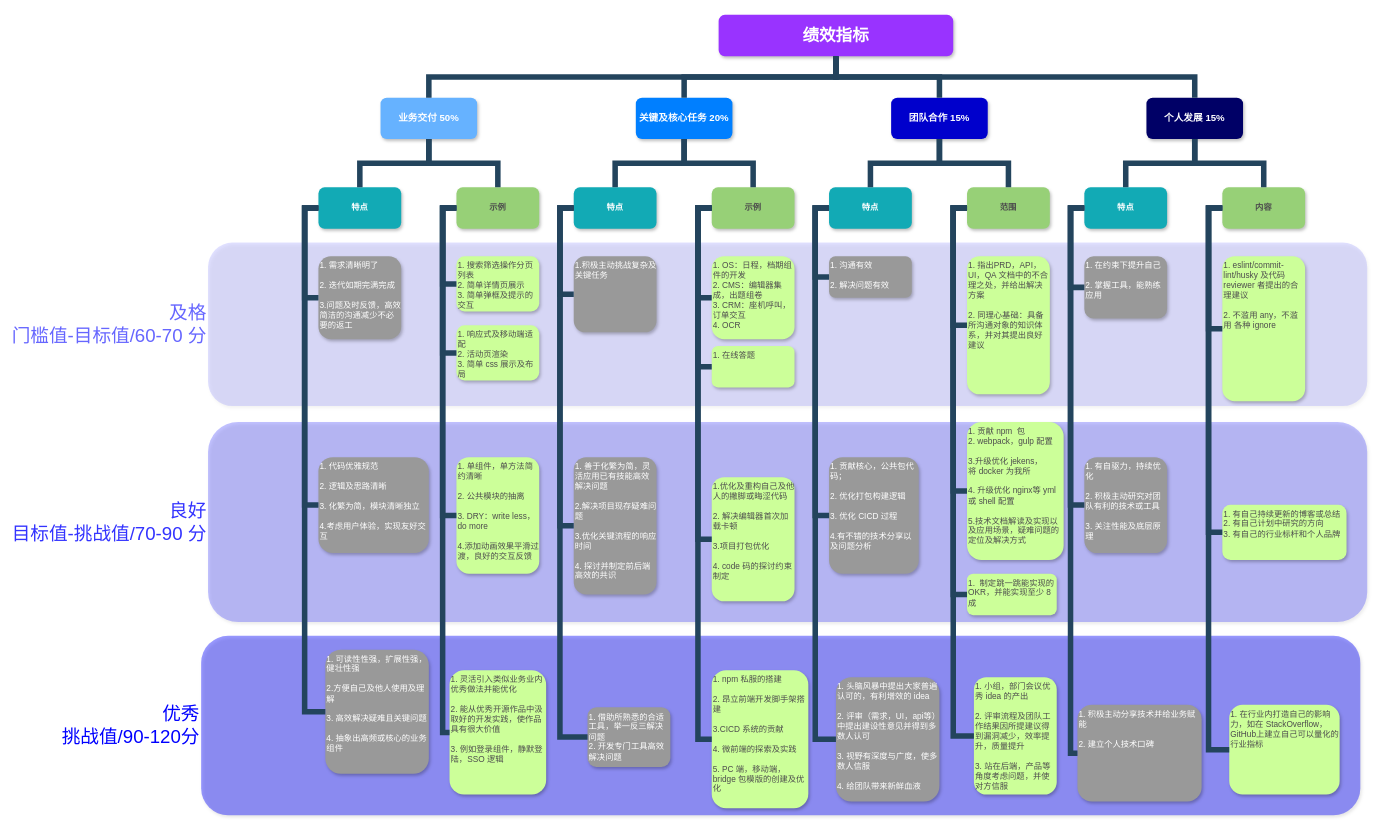
Above: work/效率与质量维度.drawio in yanlee26/drawings (draw.io), before the change. Source tidied: cells renumbered, new cells numbered last; positions are measured from the earlier drawing's top-left corner, leaving out a move shared by most shapes. Both pictures are drawn from the tidied source at 69%, with x=0, y=0 at pixel (201, 14).
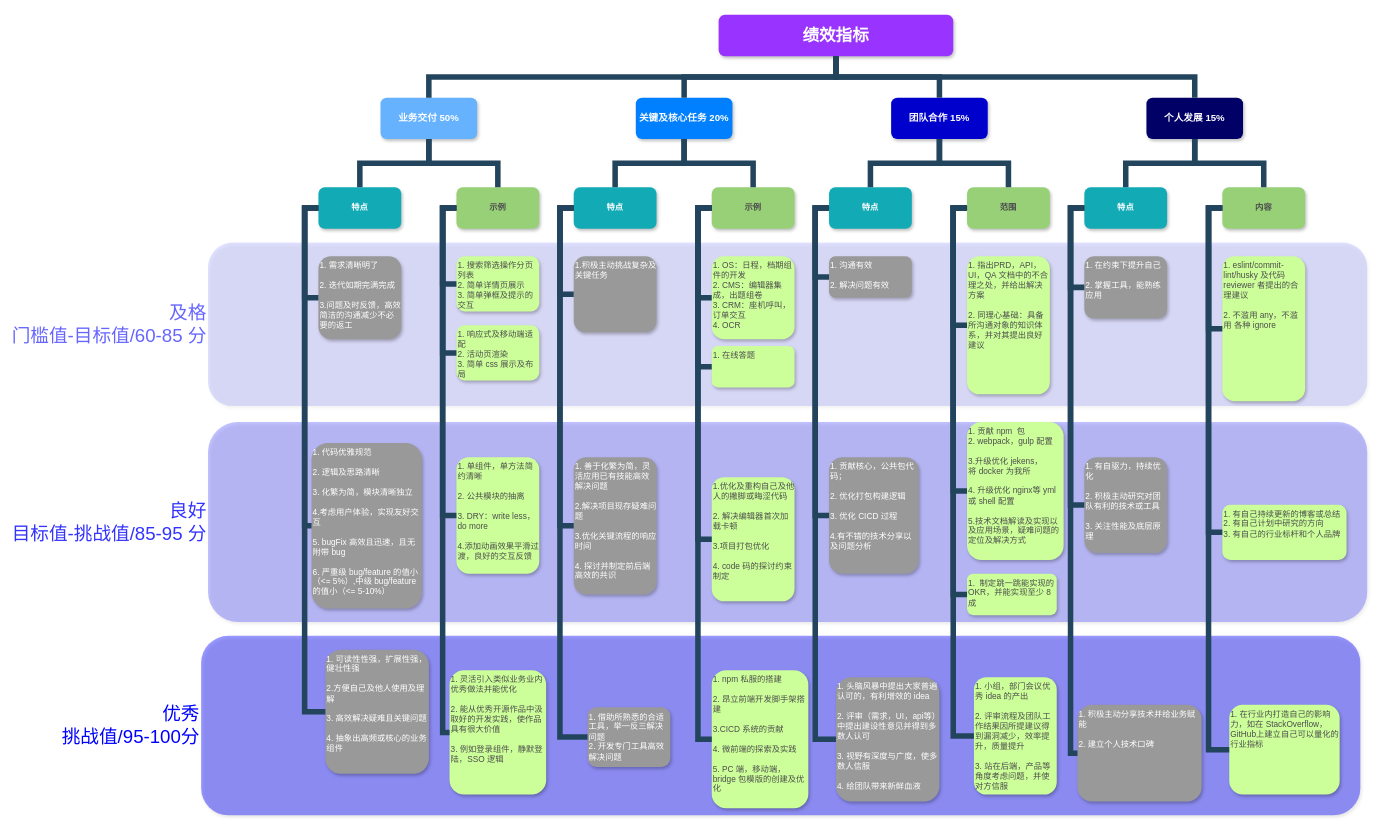
Above is the later version.

Change to the diagram source:
```diff
@@
-    <mxCell id="2" value="优秀&#10;挑战值/90-120分" style="rounded=1;strokeColor=none;shadow=1;fontStyle=0;opacity=40;labelPosition=left;verticalLabelPosition=middle;align=right;verticalAlign=middle;fontSize=27;fillColor=#0000FF;fontColor=#0000FF;whiteSpace=wrap;spacingTop=0;" parent="1" vertex="1">
+    <mxCell id="2" value="优秀&#10;挑战值/95-100分" style="rounded=1;strokeColor=none;shadow=1;fontStyle=0;opacity=40;labelPosition=left;verticalLabelPosition=middle;align=right;verticalAlign=middle;fontSize=27;fillColor=#0000FF;fontColor=#0000FF;whiteSpace=wrap;spacingTop=0;" parent="1" vertex="1">
       <mxGeometry y="900" width="1680" height="260" as="geometry" />
     </mxCell>
-    <mxCell id="3" value="良好&#10;目标值-挑战值/70-90 分" style="whiteSpace=wrap;rounded=1;strokeColor=none;shadow=1;fontStyle=0;opacity=30;labelPosition=left;verticalLabelPosition=middle;align=right;verticalAlign=middle;fontSize=27;fillColor=#3333FF;fontColor=#3333FF;" parent="1" vertex="1">
+    <mxCell id="3" value="良好&#10;目标值-挑战值/85-95 分" style="whiteSpace=wrap;rounded=1;strokeColor=none;shadow=1;fontStyle=0;opacity=30;labelPosition=left;verticalLabelPosition=middle;align=right;verticalAlign=middle;fontSize=27;fillColor=#3333FF;fontColor=#3333FF;" parent="1" vertex="1">
       <mxGeometry x="10" y="590" width="1680" height="290" as="geometry" />
     </mxCell>
-    <mxCell id="4" value="及格&#10;门槛值-目标值/60-70 分" style="whiteSpace=wrap;rounded=1;strokeColor=none;shadow=1;fontStyle=0;opacity=20;labelPosition=left;verticalLabelPosition=middle;align=right;verticalAlign=middle;fontSize=27;fillColor=#6666FF;fontColor=#6666FF;" parent="1" vertex="1">
+    <mxCell id="4" value="及格&#10;门槛值-目标值/60-85 分" style="whiteSpace=wrap;rounded=1;strokeColor=none;shadow=1;fontStyle=0;opacity=20;labelPosition=left;verticalLabelPosition=middle;align=right;verticalAlign=middle;fontSize=27;fillColor=#6666FF;fontColor=#6666FF;" parent="1" vertex="1">
       <mxGeometry x="10" y="330" width="1680" height="237" as="geometry" />
     </mxCell>
@@
-    <mxCell id="13" value="1. 代码优雅规范&#10;&#10;2. 逻辑及思路清晰&#10;&#10;3. 化繁为简，模块清晰独立&#10;&#10;4.考虑用户体验，实现友好交互" style="whiteSpace=wrap;rounded=1;fillColor=#999999;strokeColor=none;shadow=1;fontColor=#FFFFFF;fontStyle=0;verticalAlign=top;align=left;" parent="1" vertex="1">
-      <mxGeometry x="170" y="641" width="160" height="139" as="geometry" />
+    <mxCell id="13" value="1. 代码优雅规范&#10;&#10;2. 逻辑及思路清晰&#10;&#10;3. 化繁为简，模块清晰独立&#10;&#10;4.考虑用户体验，实现友好交互&#10;&#10;5. bugFix 高效且迅速，且无附带 bug &#10;&#10;6. 严重级 bug/feature 的值小（&lt;= 5%）,中级 bug/feature 的值小（&lt;= 5-10%）" style="whiteSpace=wrap;rounded=1;fillColor=#999999;strokeColor=none;shadow=1;fontColor=#FFFFFF;fontStyle=0;verticalAlign=top;align=left;" parent="1" vertex="1">
+      <mxGeometry x="160" y="620.5" width="160" height="240" as="geometry" />
     </mxCell>
```
